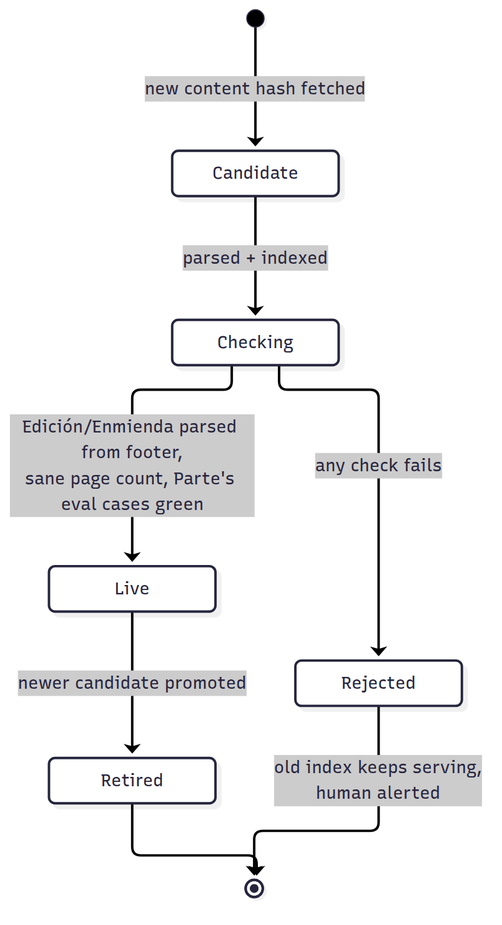
This is docs/diagrams/index-lifecycle.png from Guernik/raac-rag, a Mermaid export, as it was before one commit. Its source is kept beside it as docs/diagrams/index-lifecycle.mmd.
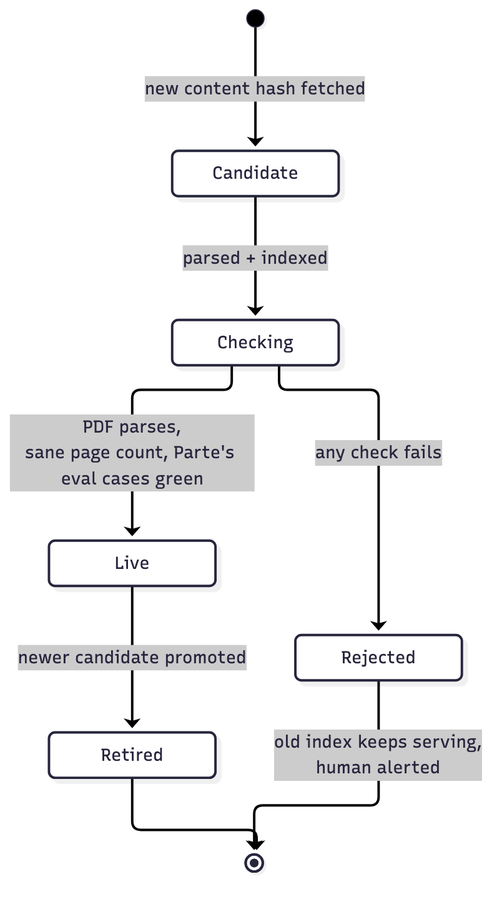
Above is the later version.

The edit, as a diff of the source:
```diff
@@ -1,7 +1,7 @@
 stateDiagram-v2
     [*] --> Candidate: new content hash fetched
     Candidate --> Checking: parsed + indexed
-    Checking --> Live: Edición/Enmienda parsed from footer,<br/>sane page count, Parte's eval cases green
+    Checking --> Live: PDF parses,<br/>sane page count, Parte's eval cases green
     Checking --> Rejected: any check fails
     Rejected --> [*]: old index keeps serving,<br/>human alerted
     Live --> Retired: newer candidate promoted
```
